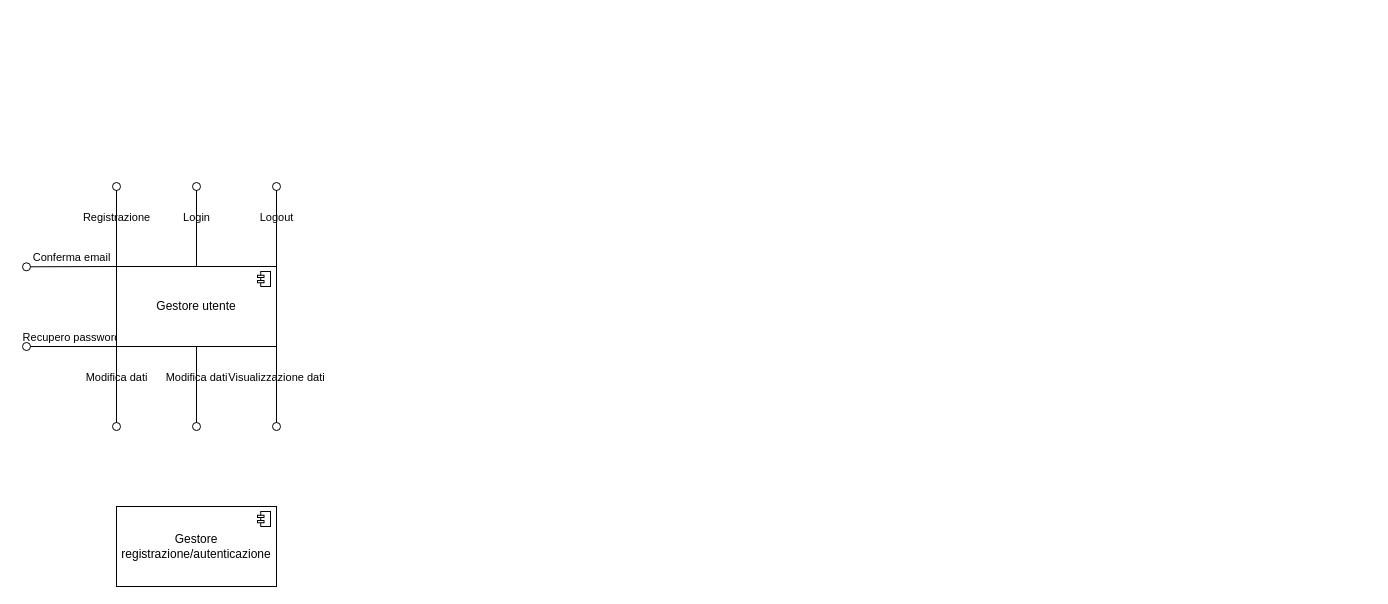
Before: Components_diagram.drawio in andreapedrini01/Ingegneria-del-Software, a draw.io diagram. Source tidied: cells renumbered, new cells numbered last; positions are measured from the earlier drawing's top-left corner, leaving out a move shared by most shapes. Both pictures are drawn from the tidied source at 100%, with x=0, y=0 at pixel (26, 186).
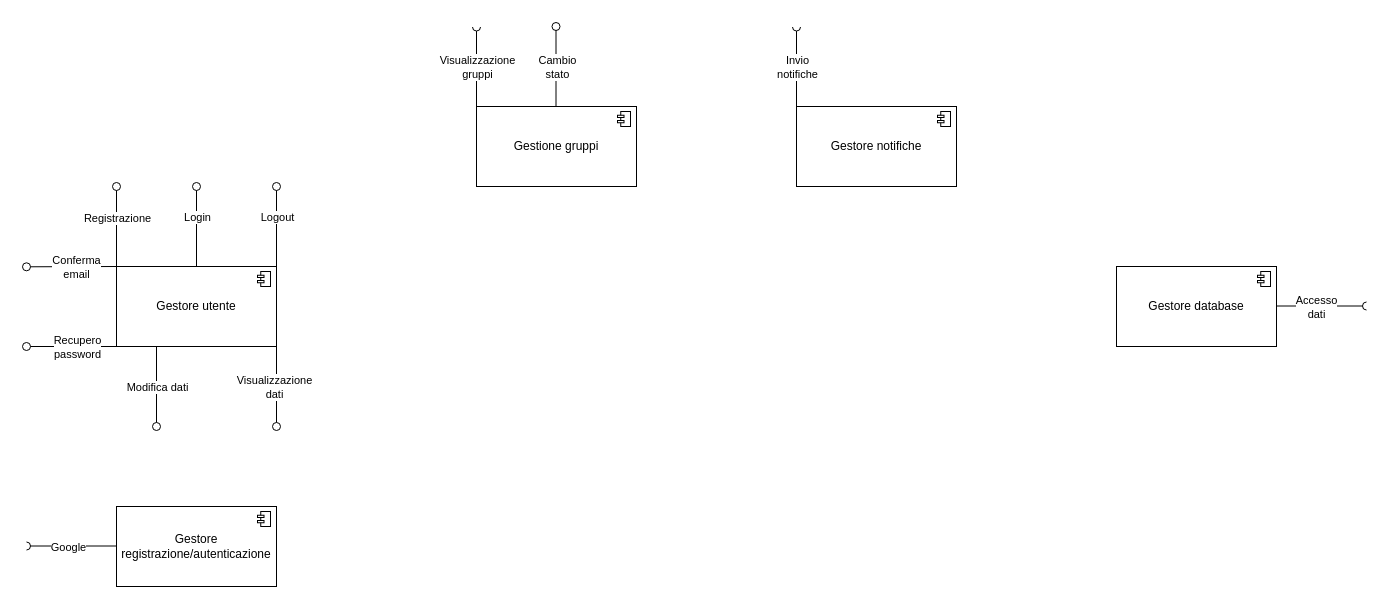
The same diagram, later.

The change refers to these unchanged cells:
```xml
<mxCell id="11" value="Gestore utente" style="html=1;outlineConnect=0;whiteSpace=wrap;shape=mxgraph.archimate3.application;appType=comp;archiType=square;" parent="1" vertex="1">
  <mxGeometry x="90" y="80" width="160" height="80" as="geometry" />
</mxCell>
```

Diff of the diagram source:
```diff
@@
-    <mxCell id="2" value="Registrazione" style="html=1;verticalAlign=bottom;labelBackgroundColor=none;endArrow=oval;endFill=0;endSize=8;rounded=0;exitX=0;exitY=0;exitDx=0;exitDy=0;exitPerimeter=0;" parent="1" edge="1" source="11">
+    <mxCell id="2" style="html=1;verticalAlign=bottom;labelBackgroundColor=none;endArrow=oval;endFill=0;endSize=8;rounded=0;exitX=0;exitY=0;exitDx=0;exitDy=0;exitPerimeter=0;" parent="1" edge="1" source="11">
       <mxGeometry relative="1" as="geometry">
         <mxPoint x="90" as="targetPoint" />
       </mxGeometry>
     </mxCell>
+    <mxCell id="12" value="Registrazione" style="edgeLabel;html=1;align=center;verticalAlign=middle;" parent="2" vertex="1">
+      <mxGeometry x="0.23" relative="1" as="geometry" />
+    </mxCell>
-    <mxCell id="3" value="Login" style="html=1;verticalAlign=bottom;labelBackgroundColor=none;endArrow=oval;endFill=0;endSize=8;rounded=0;exitX=0.5;exitY=0;exitDx=0;exitDy=0;exitPerimeter=0;" parent="1" edge="1" source="11">
+    <mxCell id="3" style="html=1;verticalAlign=bottom;labelBackgroundColor=none;endArrow=oval;endFill=0;endSize=8;rounded=0;exitX=0.5;exitY=0;exitDx=0;exitDy=0;exitPerimeter=0;" parent="1" edge="1" source="11">
       <mxGeometry relative="1" as="geometry">
         <mxPoint x="170" as="targetPoint" />
       </mxGeometry>
     </mxCell>
+    <mxCell id="13" value="Login" style="edgeLabel;html=1;align=center;verticalAlign=middle;" parent="3" vertex="1">
+      <mxGeometry x="0.33" y="2" relative="1" as="geometry">
+        <mxPoint x="2" y="3" as="offset" />
+      </mxGeometry>
+    </mxCell>
-    <mxCell id="4" value="Logout" style="html=1;verticalAlign=bottom;labelBackgroundColor=none;endArrow=oval;endFill=0;endSize=8;rounded=0;exitX=1;exitY=0;exitDx=0;exitDy=0;exitPerimeter=0;" parent="1" edge="1" source="11">
+    <mxCell id="4" style="html=1;verticalAlign=bottom;labelBackgroundColor=none;endArrow=oval;endFill=0;endSize=8;rounded=0;exitX=1;exitY=0;exitDx=0;exitDy=0;exitPerimeter=0;" parent="1" edge="1" source="11">
       <mxGeometry relative="1" as="geometry">
         <mxPoint x="250" as="targetPoint" />
       </mxGeometry>
     </mxCell>
+    <mxCell id="14" value="Logout" style="edgeLabel;html=1;align=center;verticalAlign=middle;" parent="4" vertex="1">
+      <mxGeometry x="0.1" y="-3" relative="1" as="geometry">
+        <mxPoint x="-3" y="-6" as="offset" />
+      </mxGeometry>
+    </mxCell>
+    <mxCell id="6" style="html=1;verticalAlign=bottom;labelBackgroundColor=none;endArrow=oval;endFill=0;endSize=8;rounded=0;exitX=1;exitY=1;exitDx=0;exitDy=0;exitPerimeter=0;" parent="1" edge="1" source="11">
+      <mxGeometry x="0.25" relative="1" as="geometry">
+        <mxPoint x="250" y="240" as="targetPoint" />
+      </mxGeometry>
+    </mxCell>
+    <mxCell id="15" value="Visualizzazione&lt;div&gt;dati&lt;/div&gt;" style="edgeLabel;html=1;align=center;verticalAlign=middle;" parent="6" vertex="1">
+      <mxGeometry x="-0.41" y="-3" relative="1" as="geometry">
+        <mxPoint y="16" as="offset" />
+      </mxGeometry>
+    </mxCell>
+    <mxCell id="7" style="html=1;verticalAlign=bottom;labelBackgroundColor=none;endArrow=oval;endFill=0;endSize=8;rounded=0;exitX=0.5;exitY=1;exitDx=0;exitDy=0;exitPerimeter=0;" parent="1" edge="1">
+      <mxGeometry relative="1" as="geometry">
+        <mxPoint x="130" y="160" as="sourcePoint" />
+        <mxPoint x="130" y="240" as="targetPoint" />
+      </mxGeometry>
+    </mxCell>
-    <mxCell id="5" value="Modifica dati" style="html=1;verticalAlign=bottom;labelBackgroundColor=none;endArrow=oval;endFill=0;endSize=8;rounded=0;exitX=0;exitY=1;exitDx=0;exitDy=0;exitPerimeter=0;" parent="1" edge="1" source="11">
-      <mxGeometry relative="1" as="geometry">
-        <mxPoint x="90" y="240" as="targetPoint" />
+    <mxCell id="5" value="Modifica dati" style="edgeLabel;html=1;align=center;verticalAlign=middle;" parent="7" vertex="1">
+      <mxGeometry x="0.4" relative="1" as="geometry">
+        <mxPoint y="-16" as="offset" />
       </mxGeometry>
     </mxCell>
-    <mxCell id="6" value="Visualizzazione dati" style="html=1;verticalAlign=bottom;labelBackgroundColor=none;endArrow=oval;endFill=0;endSize=8;rounded=0;exitX=1;exitY=1;exitDx=0;exitDy=0;exitPerimeter=0;" parent="1" edge="1" source="11">
-      <mxGeometry relative="1" as="geometry">
-        <mxPoint x="250" y="240" as="targetPoint" />
-      </mxGeometry>
-    </mxCell>
-    <mxCell id="7" value="Modifica dati" style="html=1;verticalAlign=bottom;labelBackgroundColor=none;endArrow=oval;endFill=0;endSize=8;rounded=0;exitX=0.5;exitY=1;exitDx=0;exitDy=0;exitPerimeter=0;" parent="1" edge="1" source="11">
-      <mxGeometry relative="1" as="geometry">
-        <mxPoint x="170" y="240" as="targetPoint" />
-      </mxGeometry>
-    </mxCell>
-    <mxCell id="8" value="Conferma email" style="html=1;verticalAlign=bottom;labelBackgroundColor=none;endArrow=oval;endFill=0;endSize=8;rounded=0;exitX=0;exitY=0;exitDx=0;exitDy=0;exitPerimeter=0;" parent="1" edge="1" source="11">
+    <mxCell id="8" style="html=1;verticalAlign=bottom;labelBackgroundColor=none;endArrow=oval;endFill=0;endSize=8;rounded=0;exitX=0;exitY=0;exitDx=0;exitDy=0;exitPerimeter=0;" parent="1" edge="1" source="11">
       <mxGeometry relative="1" as="geometry">
         <mxPoint y="80.3" as="targetPoint" />
       </mxGeometry>
     </mxCell>
+    <mxCell id="16" value="Conferma&lt;div&gt;email&lt;/div&gt;" style="edgeLabel;html=1;align=center;verticalAlign=middle;" parent="8" vertex="1">
+      <mxGeometry x="-0.44" y="-4" relative="1" as="geometry">
+        <mxPoint x="-15" y="4" as="offset" />
+      </mxGeometry>
+    </mxCell>
-    <mxCell id="9" value="Recupero password" style="html=1;verticalAlign=bottom;labelBackgroundColor=none;endArrow=oval;endFill=0;endSize=8;rounded=0;exitX=0;exitY=1;exitDx=0;exitDy=0;exitPerimeter=0;" parent="1" edge="1" source="11">
+    <mxCell id="9" style="html=1;verticalAlign=bottom;labelBackgroundColor=none;endArrow=oval;endFill=0;endSize=8;rounded=0;exitX=0;exitY=1;exitDx=0;exitDy=0;exitPerimeter=0;" parent="1" edge="1" source="11">
       <mxGeometry relative="1" as="geometry">
         <mxPoint y="160" as="targetPoint" />
       </mxGeometry>
     </mxCell>
+    <mxCell id="17" value="Recupero&lt;div&gt;password&lt;/div&gt;" style="edgeLabel;html=1;align=center;verticalAlign=middle;" parent="9" vertex="1">
+      <mxGeometry x="-0.26" y="3" relative="1" as="geometry">
+        <mxPoint x="-7" y="-3" as="offset" />
+      </mxGeometry>
+    </mxCell>
@@
+    <mxCell id="18" style="html=1;verticalAlign=bottom;labelBackgroundColor=none;endArrow=halfCircle;endFill=0;endSize=2;rounded=0;" parent="1" edge="1">
+      <mxGeometry relative="1" as="geometry">
+        <mxPoint x="90" y="359.5" as="sourcePoint" />
+        <mxPoint y="359.5" as="targetPoint" />
+      </mxGeometry>
+    </mxCell>
+    <mxCell id="19" value="Google" style="edgeLabel;html=1;align=center;verticalAlign=middle;" parent="18" vertex="1">
+      <mxGeometry x="0.41" y="-3" relative="1" as="geometry">
+        <mxPoint x="14" y="4" as="offset" />
+      </mxGeometry>
+    </mxCell>
+    <mxCell id="20" value="Gestore database" style="html=1;whiteSpace=wrap;shape=mxgraph.archimate3.application;appType=comp;archiType=square;" parent="1" vertex="1">
+      <mxGeometry x="1090" y="80" width="160" height="80" as="geometry" />
+    </mxCell>
+    <mxCell id="21" style="html=1;verticalAlign=bottom;labelBackgroundColor=none;endArrow=halfCircle;endFill=0;endSize=2;rounded=0;" parent="1" edge="1">
+      <mxGeometry relative="1" as="geometry">
+        <mxPoint x="1250" y="119.5" as="sourcePoint" />
+        <mxPoint x="1340" y="119.5" as="targetPoint" />
+      </mxGeometry>
+    </mxCell>
+    <mxCell id="22" value="Accesso&lt;div&gt;dati&lt;/div&gt;" style="edgeLabel;html=1;align=center;verticalAlign=middle;" parent="21" vertex="1">
+      <mxGeometry x="0.41" y="-3" relative="1" as="geometry">
+        <mxPoint x="-24" y="-2" as="offset" />
+      </mxGeometry>
+    </mxCell>
+    <mxCell id="23" value="Gestione gruppi" style="html=1;whiteSpace=wrap;shape=mxgraph.archimate3.application;appType=comp;archiType=square;" parent="1" vertex="1">
+      <mxGeometry x="450" y="-80" width="160" height="80" as="geometry" />
+    </mxCell>
+    <mxCell id="24" style="html=1;verticalAlign=bottom;labelBackgroundColor=none;endArrow=halfCircle;endFill=0;endSize=2;rounded=0;" parent="1" edge="1">
+      <mxGeometry relative="1" as="geometry">
+        <mxPoint x="450" y="-80" as="sourcePoint" />
+        <mxPoint x="450" y="-159.5" as="targetPoint" />
+      </mxGeometry>
+    </mxCell>
+    <mxCell id="25" value="Visualizzazione&lt;div&gt;gruppi&lt;/div&gt;" style="edgeLabel;html=1;align=center;verticalAlign=middle;" parent="24" vertex="1">
+      <mxGeometry x="0.41" y="-3" relative="1" as="geometry">
+        <mxPoint x="-3" y="16" as="offset" />
+      </mxGeometry>
+    </mxCell>
+    <mxCell id="26" value="Gestore notifiche" style="html=1;whiteSpace=wrap;shape=mxgraph.archimate3.application;appType=comp;archiType=square;" parent="1" vertex="1">
+      <mxGeometry x="770" y="-80" width="160" height="80" as="geometry" />
+    </mxCell>
+    <mxCell id="27" style="html=1;verticalAlign=bottom;labelBackgroundColor=none;endArrow=halfCircle;endFill=0;endSize=2;rounded=0;" parent="1" edge="1">
+      <mxGeometry relative="1" as="geometry">
+        <mxPoint x="770" y="-80" as="sourcePoint" />
+        <mxPoint x="770" y="-159.5" as="targetPoint" />
+      </mxGeometry>
+    </mxCell>
+    <mxCell id="28" value="Invio&lt;div&gt;notifiche&lt;/div&gt;" style="edgeLabel;html=1;align=center;verticalAlign=middle;" parent="27" vertex="1">
+      <mxGeometry x="0.41" y="-3" relative="1" as="geometry">
+        <mxPoint x="-3" y="16" as="offset" />
+      </mxGeometry>
+    </mxCell>
+    <mxCell id="29" style="html=1;verticalAlign=bottom;labelBackgroundColor=none;endArrow=oval;endFill=0;endSize=8;rounded=0;exitX=1;exitY=0;exitDx=0;exitDy=0;exitPerimeter=0;" parent="1" edge="1">
+      <mxGeometry relative="1" as="geometry">
+        <mxPoint x="529.5" y="-80" as="sourcePoint" />
+        <mxPoint x="529.5" y="-160" as="targetPoint" />
+      </mxGeometry>
+    </mxCell>
+    <mxCell id="30" value="Cambio&lt;div&gt;stato&lt;/div&gt;" style="edgeLabel;html=1;align=center;verticalAlign=middle;" parent="29" vertex="1">
+      <mxGeometry x="0.1" y="-3" relative="1" as="geometry">
+        <mxPoint x="-2" y="4" as="offset" />
+      </mxGeometry>
+    </mxCell>
```
